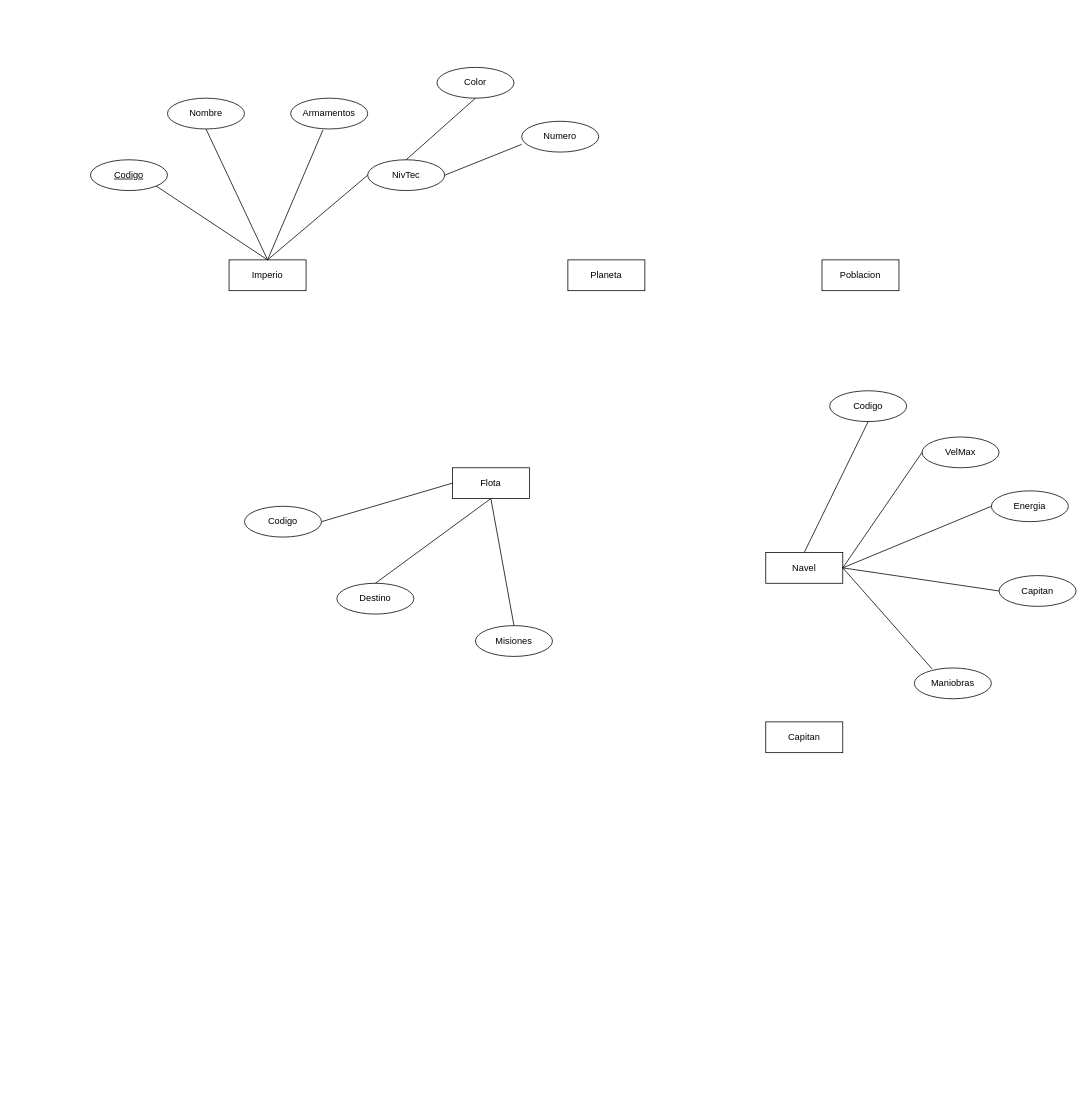
Above: MER:Ejercicio:5:5.drawio in LautaroRojasTorrilla/DB_UNQ (draw.io), before the change. Source tidied: cells renumbered, new cells numbered last; positions are measured from the earlier drawing's top-left corner, leaving out a move shared by most shapes. Both pictures are drawn from the tidied source at 77%, with x=0, y=0 at pixel (90, 67).
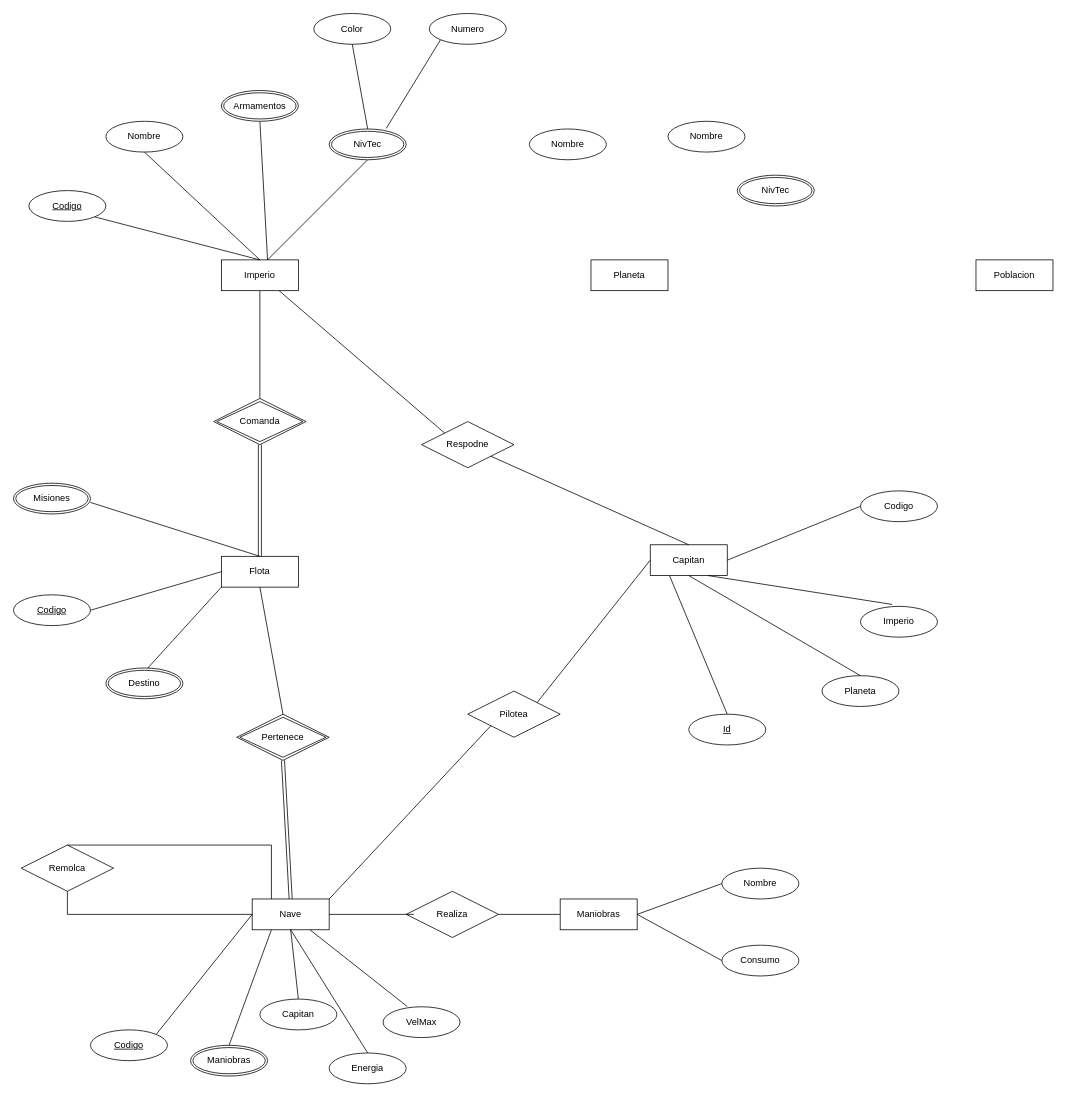
The same page after the edit.

What changed in the source:
```diff
@@
     <mxCell id="2" value="Imperio" style="whiteSpace=wrap;html=1;align=center;" parent="1" vertex="1">
-      <mxGeometry x="180" y="250" width="100" height="40" as="geometry" />
+      <mxGeometry x="170" y="250" width="100" height="40" as="geometry" />
     </mxCell>
-    <mxCell id="3" value="Navel" style="whiteSpace=wrap;html=1;align=center;" parent="1" vertex="1">
-      <mxGeometry x="877" y="630" width="100" height="40" as="geometry" />
+    <mxCell id="3" value="Nave" style="whiteSpace=wrap;html=1;align=center;" parent="1" vertex="1">
+      <mxGeometry x="210" y="1080" width="100" height="40" as="geometry" />
     </mxCell>
     <mxCell id="4" value="Flota" style="whiteSpace=wrap;html=1;align=center;" parent="1" vertex="1">
-      <mxGeometry x="470" y="520" width="100" height="40" as="geometry" />
+      <mxGeometry x="170" y="635" width="100" height="40" as="geometry" />
     </mxCell>
     <mxCell id="5" value="Capitan" style="whiteSpace=wrap;html=1;align=center;" parent="1" vertex="1">
-      <mxGeometry x="877" y="850" width="100" height="40" as="geometry" />
+      <mxGeometry x="727" y="620" width="100" height="40" as="geometry" />
     </mxCell>
     <mxCell id="6" value="Planeta" style="whiteSpace=wrap;html=1;align=center;" parent="1" vertex="1">
-      <mxGeometry x="620" y="250" width="100" height="40" as="geometry" />
+      <mxGeometry x="650" y="250" width="100" height="40" as="geometry" />
     </mxCell>
     <mxCell id="7" value="Poblacion" style="whiteSpace=wrap;html=1;align=center;" parent="1" vertex="1">
-      <mxGeometry x="950" y="250" width="100" height="40" as="geometry" />
+      <mxGeometry x="1150" y="250" width="100" height="40" as="geometry" />
     </mxCell>
     <mxCell id="8" value="&lt;u&gt;Codigo&lt;/u&gt;" style="ellipse;whiteSpace=wrap;html=1;align=center;" parent="1" vertex="1">
-      <mxGeometry y="120" width="100" height="40" as="geometry" />
+      <mxGeometry x="-80" y="160" width="100" height="40" as="geometry" />
     </mxCell>
-    <mxCell id="9" value="NivTec" style="ellipse;whiteSpace=wrap;html=1;align=center;" parent="1" vertex="1">
-      <mxGeometry x="360" y="120" width="100" height="40" as="geometry" />
-    </mxCell>
-    <mxCell id="10" value="Armamentos" style="ellipse;whiteSpace=wrap;html=1;align=center;" parent="1" vertex="1">
-      <mxGeometry x="260" y="40" width="100" height="40" as="geometry" />
-    </mxCell>
     <mxCell id="11" value="Nombre" style="ellipse;whiteSpace=wrap;html=1;align=center;" parent="1" vertex="1">
-      <mxGeometry x="100" y="40" width="100" height="40" as="geometry" />
+      <mxGeometry x="20" y="70" width="100" height="40" as="geometry" />
     </mxCell>
     <mxCell id="12" value="Color" style="ellipse;whiteSpace=wrap;html=1;align=center;" parent="1" vertex="1">
-      <mxGeometry x="450" width="100" height="40" as="geometry" />
+      <mxGeometry x="290" y="-70" width="100" height="40" as="geometry" />
     </mxCell>
     <mxCell id="13" value="Numero" style="ellipse;whiteSpace=wrap;html=1;align=center;" parent="1" vertex="1">
-      <mxGeometry x="560" y="70" width="100" height="40" as="geometry" />
+      <mxGeometry x="440" y="-70" width="100" height="40" as="geometry" />
     </mxCell>
@@
-    <mxCell id="16" style="endArrow=none;html=1;rounded=0;exitX=0.42;exitY=1.028;exitDx=0;exitDy=0;exitPerimeter=0;" parent="1" edge="1" source="10">
+    <mxCell id="16" style="endArrow=none;html=1;rounded=0;exitX=0.5;exitY=1;exitDx=0;exitDy=0;" parent="1" edge="1" source="10">
       <mxGeometry relative="1" as="geometry">
         <mxPoint x="230" y="250" as="targetPoint" />
       </mxGeometry>
     </mxCell>
@@
-    <mxCell id="18" style="endArrow=none;html=1;rounded=0;exitX=1;exitY=0.5;exitDx=0;exitDy=0;entryX=0;entryY=0.75;entryDx=0;entryDy=0;entryPerimeter=0;" parent="1" edge="1" source="9" target="13">
+    <mxCell id="18" style="endArrow=none;html=1;rounded=0;exitX=0.741;exitY=-0.017;exitDx=0;exitDy=0;entryX=0;entryY=1;entryDx=0;entryDy=0;exitPerimeter=0;" parent="1" edge="1" source="50" target="13">
       <mxGeometry relative="1" as="geometry" />
     </mxCell>
-    <mxCell id="19" style="endArrow=none;html=1;rounded=0;exitX=0.5;exitY=1;exitDx=0;exitDy=0;entryX=0.5;entryY=0;entryDx=0;entryDy=0;" parent="1" edge="1" source="12" target="9">
+    <mxCell id="19" style="endArrow=none;html=1;rounded=0;exitX=0.5;exitY=1;exitDx=0;exitDy=0;entryX=0.5;entryY=0;entryDx=0;entryDy=0;" parent="1" edge="1" source="12" target="50">
       <mxGeometry relative="1" as="geometry" />
     </mxCell>
-    <mxCell id="20" style="endArrow=none;html=1;rounded=0;exitX=0;exitY=0.5;exitDx=0;exitDy=0;" parent="1" edge="1" source="9">
+    <mxCell id="20" style="endArrow=none;html=1;rounded=0;exitX=0.5;exitY=1;exitDx=0;exitDy=0;" parent="1" edge="1" source="50">
       <mxGeometry relative="1" as="geometry">
         <mxPoint x="230" y="250" as="targetPoint" />
       </mxGeometry>
     </mxCell>
-    <mxCell id="21" value="Codigo" style="ellipse;whiteSpace=wrap;html=1;align=center;" parent="1" vertex="1">
-      <mxGeometry x="200" y="570" width="100" height="40" as="geometry" />
+    <mxCell id="21" value="&lt;u&gt;Codigo&lt;/u&gt;" style="ellipse;whiteSpace=wrap;html=1;align=center;" parent="1" vertex="1">
+      <mxGeometry x="-100" y="685" width="100" height="40" as="geometry" />
     </mxCell>
-    <mxCell id="22" value="Destino" style="ellipse;whiteSpace=wrap;html=1;align=center;" parent="1" vertex="1">
-      <mxGeometry x="320" y="670" width="100" height="40" as="geometry" />
-    </mxCell>
-    <mxCell id="23" value="Misiones" style="ellipse;whiteSpace=wrap;html=1;align=center;" parent="1" vertex="1">
-      <mxGeometry x="500" y="725" width="100" height="40" as="geometry" />
-    </mxCell>
-    <mxCell id="24" style="endArrow=none;html=1;rounded=0;exitX=0.5;exitY=0;exitDx=0;exitDy=0;entryX=0.5;entryY=1;entryDx=0;entryDy=0;" parent="1" edge="1" source="22" target="4">
-      <mxGeometry relative="1" as="geometry" />
+    <mxCell id="24" style="endArrow=none;html=1;rounded=0;exitX=0.5;exitY=0;exitDx=0;exitDy=0;entryX=0;entryY=1;entryDx=0;entryDy=0;" parent="1" edge="1" target="4">
+      <mxGeometry relative="1" as="geometry">
+        <mxPoint x="70" y="785" as="sourcePoint" />
+      </mxGeometry>
     </mxCell>
-    <mxCell id="25" style="endArrow=none;html=1;rounded=0;exitX=0.5;exitY=0;exitDx=0;exitDy=0;entryX=0.5;entryY=1;entryDx=0;entryDy=0;" parent="1" edge="1" source="23" target="4">
-      <mxGeometry relative="1" as="geometry" />
+    <mxCell id="25" style="endArrow=none;html=1;rounded=0;entryX=0.5;entryY=0;entryDx=0;entryDy=0;" parent="1" edge="1" target="4">
+      <mxGeometry relative="1" as="geometry">
+        <mxPoint y="565" as="sourcePoint" />
+      </mxGeometry>
     </mxCell>
-    <mxCell id="26" value="Codigo" style="ellipse;whiteSpace=wrap;html=1;align=center;" parent="1" vertex="1">
-      <mxGeometry x="960" y="420" width="100" height="40" as="geometry" />
+    <mxCell id="26" value="&lt;u&gt;Codigo&lt;/u&gt;" style="ellipse;whiteSpace=wrap;html=1;align=center;" parent="1" vertex="1">
+      <mxGeometry y="1250" width="100" height="40" as="geometry" />
     </mxCell>
     <mxCell id="27" value="VelMax" style="ellipse;whiteSpace=wrap;html=1;align=center;" parent="1" vertex="1">
-      <mxGeometry x="1080" y="480" width="100" height="40" as="geometry" />
+      <mxGeometry x="380" y="1220" width="100" height="40" as="geometry" />
     </mxCell>
-    <mxCell id="28" value="Maniobras" style="ellipse;whiteSpace=wrap;html=1;align=center;" parent="1" vertex="1">
-      <mxGeometry x="1070" y="780" width="100" height="40" as="geometry" />
-    </mxCell>
-    <mxCell id="29" style="endArrow=none;html=1;rounded=0;exitX=0.5;exitY=1;exitDx=0;exitDy=0;entryX=0.5;entryY=0;entryDx=0;entryDy=0;" parent="1" edge="1" source="26" target="3">
+    <mxCell id="29" style="endArrow=none;html=1;rounded=0;exitX=1;exitY=0;exitDx=0;exitDy=0;entryX=0;entryY=0.5;entryDx=0;entryDy=0;" parent="1" edge="1" source="26" target="3">
       <mxGeometry relative="1" as="geometry" />
     </mxCell>
-    <mxCell id="30" style="endArrow=none;html=1;rounded=0;exitX=1;exitY=0.5;exitDx=0;exitDy=0;entryX=0;entryY=0.5;entryDx=0;entryDy=0;" parent="1" edge="1" source="3" target="27">
+    <mxCell id="30" style="endArrow=none;html=1;rounded=0;exitX=0.75;exitY=1;exitDx=0;exitDy=0;entryX=0.313;entryY=-0.011;entryDx=0;entryDy=0;entryPerimeter=0;" parent="1" edge="1" source="3" target="27">
       <mxGeometry relative="1" as="geometry" />
     </mxCell>
-    <mxCell id="31" style="endArrow=none;html=1;rounded=0;exitX=0.229;exitY=0.028;exitDx=0;exitDy=0;entryX=1;entryY=0.5;entryDx=0;entryDy=0;exitPerimeter=0;" parent="1" edge="1" source="28" target="3">
+    <mxCell id="31" style="endArrow=none;html=1;rounded=0;exitX=0.5;exitY=0;exitDx=0;exitDy=0;entryX=0.25;entryY=1;entryDx=0;entryDy=0;" parent="1" edge="1" source="51" target="3">
       <mxGeometry relative="1" as="geometry" />
     </mxCell>
     <mxCell id="32" value="Energia" style="ellipse;whiteSpace=wrap;html=1;align=center;" parent="1" vertex="1">
-      <mxGeometry x="1170" y="550" width="100" height="40" as="geometry" />
+      <mxGeometry x="310" y="1280" width="100" height="40" as="geometry" />
     </mxCell>
     <mxCell id="33" value="Capitan" style="ellipse;whiteSpace=wrap;html=1;align=center;" parent="1" vertex="1">
-      <mxGeometry x="1180" y="660" width="100" height="40" as="geometry" />
+      <mxGeometry x="220" y="1210" width="100" height="40" as="geometry" />
     </mxCell>
-    <mxCell id="34" style="endArrow=none;html=1;rounded=0;exitX=0;exitY=0.5;exitDx=0;exitDy=0;entryX=1;entryY=0.5;entryDx=0;entryDy=0;" parent="1" edge="1" source="32" target="3">
+    <mxCell id="34" style="endArrow=none;html=1;rounded=0;exitX=0.5;exitY=0;exitDx=0;exitDy=0;entryX=0.5;entryY=1;entryDx=0;entryDy=0;" parent="1" edge="1" source="32" target="3">
       <mxGeometry relative="1" as="geometry" />
     </mxCell>
-    <mxCell id="35" style="endArrow=none;html=1;rounded=0;exitX=0;exitY=0.5;exitDx=0;exitDy=0;entryX=1;entryY=0.5;entryDx=0;entryDy=0;" parent="1" edge="1" source="33" target="3">
+    <mxCell id="35" style="endArrow=none;html=1;rounded=0;exitX=0.5;exitY=0;exitDx=0;exitDy=0;entryX=0.5;entryY=1;entryDx=0;entryDy=0;" parent="1" edge="1" source="33" target="3">
       <mxGeometry relative="1" as="geometry" />
     </mxCell>
+    <mxCell id="36" value="Codigo" style="ellipse;whiteSpace=wrap;html=1;align=center;" parent="1" vertex="1">
+      <mxGeometry x="1000" y="550" width="100" height="40" as="geometry" />
+    </mxCell>
+    <mxCell id="37" value="Imperio" style="ellipse;whiteSpace=wrap;html=1;align=center;" parent="1" vertex="1">
+      <mxGeometry x="1000" y="700" width="100" height="40" as="geometry" />
+    </mxCell>
+    <mxCell id="38" value="Planeta" style="ellipse;whiteSpace=wrap;html=1;align=center;" parent="1" vertex="1">
+      <mxGeometry x="950" y="790" width="100" height="40" as="geometry" />
+    </mxCell>
+    <mxCell id="39" value="&lt;u&gt;Id&lt;/u&gt;" style="ellipse;whiteSpace=wrap;html=1;align=center;" parent="1" vertex="1">
+      <mxGeometry x="777" y="840" width="100" height="40" as="geometry" />
+    </mxCell>
+    <mxCell id="40" style="endArrow=none;html=1;rounded=0;exitX=0.5;exitY=0;exitDx=0;exitDy=0;entryX=0.25;entryY=1;entryDx=0;entryDy=0;" parent="1" edge="1" source="39" target="5">
+      <mxGeometry relative="1" as="geometry" />
+    </mxCell>
+    <mxCell id="41" style="endArrow=none;html=1;rounded=0;exitX=0.5;exitY=0;exitDx=0;exitDy=0;entryX=0.5;entryY=1;entryDx=0;entryDy=0;" parent="1" edge="1" source="38" target="5">
+      <mxGeometry relative="1" as="geometry" />
+    </mxCell>
+    <mxCell id="42" style="endArrow=none;html=1;rounded=0;exitX=0.411;exitY=-0.063;exitDx=0;exitDy=0;entryX=0.75;entryY=1;entryDx=0;entryDy=0;exitPerimeter=0;" parent="1" edge="1" source="37" target="5">
+      <mxGeometry relative="1" as="geometry" />
+    </mxCell>
+    <mxCell id="43" style="endArrow=none;html=1;rounded=0;entryX=1;entryY=0.5;entryDx=0;entryDy=0;" parent="1" edge="1" target="5">
+      <mxGeometry relative="1" as="geometry">
+        <mxPoint x="1000" y="570" as="sourcePoint" />
+      </mxGeometry>
+    </mxCell>
+    <mxCell id="44" value="Comanda" style="shape=rhombus;double=1;perimeter=rhombusPerimeter;whiteSpace=wrap;html=1;align=center;" parent="1" vertex="1">
+      <mxGeometry x="160" y="430" width="120" height="60" as="geometry" />
+    </mxCell>
+    <mxCell id="45" style="endArrow=none;html=1;rounded=0;exitX=0.5;exitY=1;exitDx=0;exitDy=0;entryX=0.5;entryY=0;entryDx=0;entryDy=0;" parent="1" edge="1" source="2" target="44">
+      <mxGeometry relative="1" as="geometry" />
+    </mxCell>
+    <mxCell id="46" style="shape=link;html=1;rounded=0;exitX=0.5;exitY=1;exitDx=0;exitDy=0;entryX=0.5;entryY=0;entryDx=0;entryDy=0;" parent="1" edge="1" source="44" target="4">
+      <mxGeometry relative="1" as="geometry" />
+    </mxCell>
+    <mxCell id="47" style="endArrow=none;html=1;rounded=0;exitX=0.5;exitY=1;exitDx=0;exitDy=0;entryX=0.5;entryY=0;entryDx=0;entryDy=0;" parent="1" edge="1" source="4" target="48">
+      <mxGeometry relative="1" as="geometry" />
+    </mxCell>
+    <mxCell id="48" value="Pertenece" style="shape=rhombus;double=1;perimeter=rhombusPerimeter;whiteSpace=wrap;html=1;align=center;" parent="1" vertex="1">
+      <mxGeometry x="190" y="840" width="120" height="60" as="geometry" />
+    </mxCell>
+    <mxCell id="49" style="shape=link;html=1;rounded=0;exitX=0.5;exitY=1;exitDx=0;exitDy=0;" parent="1" edge="1" source="48">
+      <mxGeometry relative="1" as="geometry">
+        <mxPoint x="260" y="1080" as="targetPoint" />
+      </mxGeometry>
+    </mxCell>
+    <mxCell id="10" value="Armamentos" style="ellipse;shape=doubleEllipse;margin=3;whiteSpace=wrap;html=1;align=center;" parent="1" vertex="1">
+      <mxGeometry x="170" y="30" width="100" height="40" as="geometry" />
+    </mxCell>
+    <mxCell id="50" value="NivTec" style="ellipse;shape=doubleEllipse;margin=3;whiteSpace=wrap;html=1;align=center;" parent="1" vertex="1">
+      <mxGeometry x="310" y="80" width="100" height="40" as="geometry" />
+    </mxCell>
+    <mxCell id="22" value="Destino" style="ellipse;shape=doubleEllipse;margin=3;whiteSpace=wrap;html=1;align=center;" parent="1" vertex="1">
+      <mxGeometry x="20" y="780" width="100" height="40" as="geometry" />
+    </mxCell>
+    <mxCell id="23" value="Misiones" style="ellipse;shape=doubleEllipse;margin=3;whiteSpace=wrap;html=1;align=center;" parent="1" vertex="1">
+      <mxGeometry x="-100" y="540" width="100" height="40" as="geometry" />
+    </mxCell>
+    <mxCell id="51" value="Maniobras" style="ellipse;shape=doubleEllipse;margin=3;whiteSpace=wrap;html=1;align=center;" parent="1" vertex="1">
+      <mxGeometry x="130" y="1270" width="100" height="40" as="geometry" />
+    </mxCell>
+    <mxCell id="52" value="Pilotea" style="shape=rhombus;perimeter=rhombusPerimeter;whiteSpace=wrap;html=1;align=center;" parent="1" vertex="1">
+      <mxGeometry x="490" y="810" width="120" height="60" as="geometry" />
+    </mxCell>
+    <mxCell id="53" style="endArrow=none;html=1;rounded=0;exitX=0;exitY=1;exitDx=0;exitDy=0;entryX=1;entryY=0;entryDx=0;entryDy=0;" parent="1" edge="1" source="52" target="3">
+      <mxGeometry relative="1" as="geometry" />
+    </mxCell>
+    <mxCell id="54" style="endArrow=none;html=1;rounded=0;exitX=0;exitY=0.5;exitDx=0;exitDy=0;entryX=1;entryY=0;entryDx=0;entryDy=0;" parent="1" edge="1" source="5" target="52">
+      <mxGeometry relative="1" as="geometry" />
+    </mxCell>
+    <mxCell id="55" value="Respodne" style="shape=rhombus;perimeter=rhombusPerimeter;whiteSpace=wrap;html=1;align=center;" parent="1" vertex="1">
+      <mxGeometry x="430" y="460" width="120" height="60" as="geometry" />
+    </mxCell>
+    <mxCell id="56" style="endArrow=none;html=1;rounded=0;exitX=0.5;exitY=0;exitDx=0;exitDy=0;entryX=1;entryY=1;entryDx=0;entryDy=0;" parent="1" edge="1" source="5" target="55">
+      <mxGeometry relative="1" as="geometry" />
+    </mxCell>
+    <mxCell id="57" style="endArrow=none;html=1;rounded=0;exitX=0.75;exitY=1;exitDx=0;exitDy=0;entryX=0;entryY=0;entryDx=0;entryDy=0;" parent="1" edge="1" source="2" target="55">
+      <mxGeometry relative="1" as="geometry" />
+    </mxCell>
+    <mxCell id="58" value="Remolca" style="shape=rhombus;perimeter=rhombusPerimeter;whiteSpace=wrap;html=1;align=center;" parent="1" vertex="1">
+      <mxGeometry x="-90" y="1010" width="120" height="60" as="geometry" />
+    </mxCell>
+    <mxCell id="59" style="endArrow=none;html=1;rounded=0;exitX=0;exitY=0.5;exitDx=0;exitDy=0;entryX=0.5;entryY=1;entryDx=0;entryDy=0;" parent="1" edge="1" source="3" target="58">
+      <mxGeometry relative="1" as="geometry">
+        <Array as="points">
+          <mxPoint x="-30" y="1100" />
+        </Array>
+      </mxGeometry>
+    </mxCell>
+    <mxCell id="60" style="endArrow=none;html=1;rounded=0;exitX=0.25;exitY=0;exitDx=0;exitDy=0;entryX=0.5;entryY=0;entryDx=0;entryDy=0;" parent="1" edge="1" source="3" target="58">
+      <mxGeometry relative="1" as="geometry">
+        <Array as="points">
+          <mxPoint x="235" y="1010" />
+        </Array>
+      </mxGeometry>
+    </mxCell>
+    <mxCell id="61" value="&lt;div&gt;Maniobras&lt;/div&gt;" style="whiteSpace=wrap;html=1;align=center;" parent="1" vertex="1">
+      <mxGeometry x="610" y="1080" width="100" height="40" as="geometry" />
+    </mxCell>
+    <mxCell id="62" value="Realiza" style="shape=rhombus;perimeter=rhombusPerimeter;whiteSpace=wrap;html=1;align=center;" parent="1" vertex="1">
+      <mxGeometry x="410" y="1070" width="120" height="60" as="geometry" />
+    </mxCell>
+    <mxCell id="63" style="endArrow=none;html=1;rounded=0;exitX=1;exitY=0.5;exitDx=0;exitDy=0;entryX=0.083;entryY=0.5;entryDx=0;entryDy=0;entryPerimeter=0;" parent="1" edge="1" source="3" target="62">
+      <mxGeometry relative="1" as="geometry" />
+    </mxCell>
+    <mxCell id="64" style="endArrow=none;html=1;rounded=0;exitX=1;exitY=0.5;exitDx=0;exitDy=0;entryX=0;entryY=0.5;entryDx=0;entryDy=0;" parent="1" edge="1" source="62" target="61">
+      <mxGeometry relative="1" as="geometry" />
+    </mxCell>
+    <mxCell id="65" style="endArrow=none;html=1;rounded=0;exitX=1;exitY=0.5;exitDx=0;exitDy=0;entryX=0;entryY=0.5;entryDx=0;entryDy=0;" parent="1" edge="1" source="61" target="67">
+      <mxGeometry relative="1" as="geometry" />
+    </mxCell>
+    <mxCell id="66" value="Nombre" style="ellipse;whiteSpace=wrap;html=1;align=center;" parent="1" vertex="1">
+      <mxGeometry x="820" y="1040" width="100" height="40" as="geometry" />
+    </mxCell>
+    <mxCell id="67" value="Consumo" style="ellipse;whiteSpace=wrap;html=1;align=center;" parent="1" vertex="1">
+      <mxGeometry x="820" y="1140" width="100" height="40" as="geometry" />
+    </mxCell>
+    <mxCell id="68" style="endArrow=none;html=1;rounded=0;exitX=1;exitY=0.5;exitDx=0;exitDy=0;entryX=0;entryY=0.5;entryDx=0;entryDy=0;" parent="1" edge="1" source="61" target="66">
+      <mxGeometry relative="1" as="geometry" />
+    </mxCell>
+    <mxCell id="69" value="Nombre" style="ellipse;whiteSpace=wrap;html=1;align=center;" parent="1" vertex="1">
+      <mxGeometry x="570" y="80" width="100" height="40" as="geometry" />
+    </mxCell>
+    <mxCell id="70" value="Nombre" style="ellipse;whiteSpace=wrap;html=1;align=center;" parent="1" vertex="1">
+      <mxGeometry x="750" y="70" width="100" height="40" as="geometry" />
+    </mxCell>
+    <mxCell id="71" value="NivTec" style="ellipse;shape=doubleEllipse;margin=3;whiteSpace=wrap;html=1;align=center;" parent="1" vertex="1">
+      <mxGeometry x="840" y="140" width="100" height="40" as="geometry" />
+    </mxCell>
```
